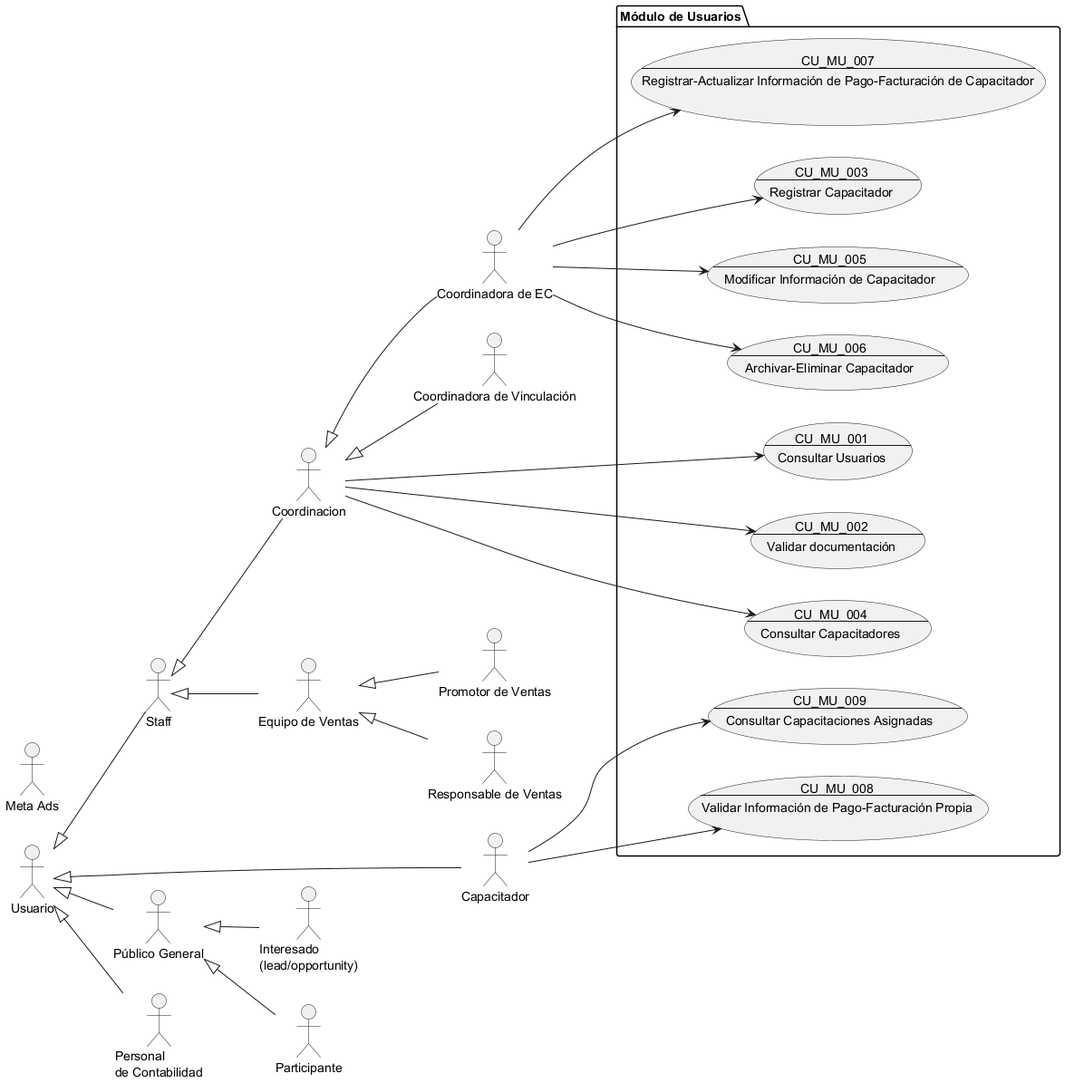
Before: Docs/Requerimientos/Diagramas/img/Módulo de Usuarios.png, a diagram exported from PlantUML (Proyectos-Vinculacion-FMAT/ECFCA). The source it was exported from:
```plantuml
@startuml Módulo de Usuarios

!include Actores.puml

package "Módulo de Usuarios" {
    usecase CU_MU_001 as "
    CU_MU_001
    ---
    Consultar Usuarios
    "
    usecase CU_MU_002 as "
    CU_MU_002
    ---
    Validar documentación
    "
    usecase CU_MU_003 as "
    CU_MU_003
    ---
    Registrar Capacitador
    "
    usecase CU_MU_004 as "
    CU_MU_004
    ---
    Consultar Capacitadores
    "
    usecase CU_MU_005 as "
    CU_MU_005
    ---
    Modificar Información de Capacitador
    "
    usecase CU_MU_006 as "
    CU_MU_006
    ---
    Archivar-Eliminar Capacitador
    "
    usecase CU_MU_007 as "
    CU_MU_007
    ---
    Registrar-Actualizar Información de Pago-Facturación de Capacitador
    "
    usecase CU_MU_008 as "
    CU_MU_008
    ---
    Validar Información de Pago-Facturación Propia
    "
    usecase CU_MU_009 as "
    CU_MU_009
    ---
    Consultar Capacitaciones Asignadas
    "
}

Capacitador --> CU_MU_009
Coordinacion --> CU_MU_001
Coordinacion --> CU_MU_002
Coordinacion --> CU_MU_004
coordinadora_ec --> CU_MU_005
coordinadora_ec --> CU_MU_006
coordinadora_ec --> CU_MU_007
coordinadora_ec --> CU_MU_003
Capacitador --> CU_MU_008

@enduml
```
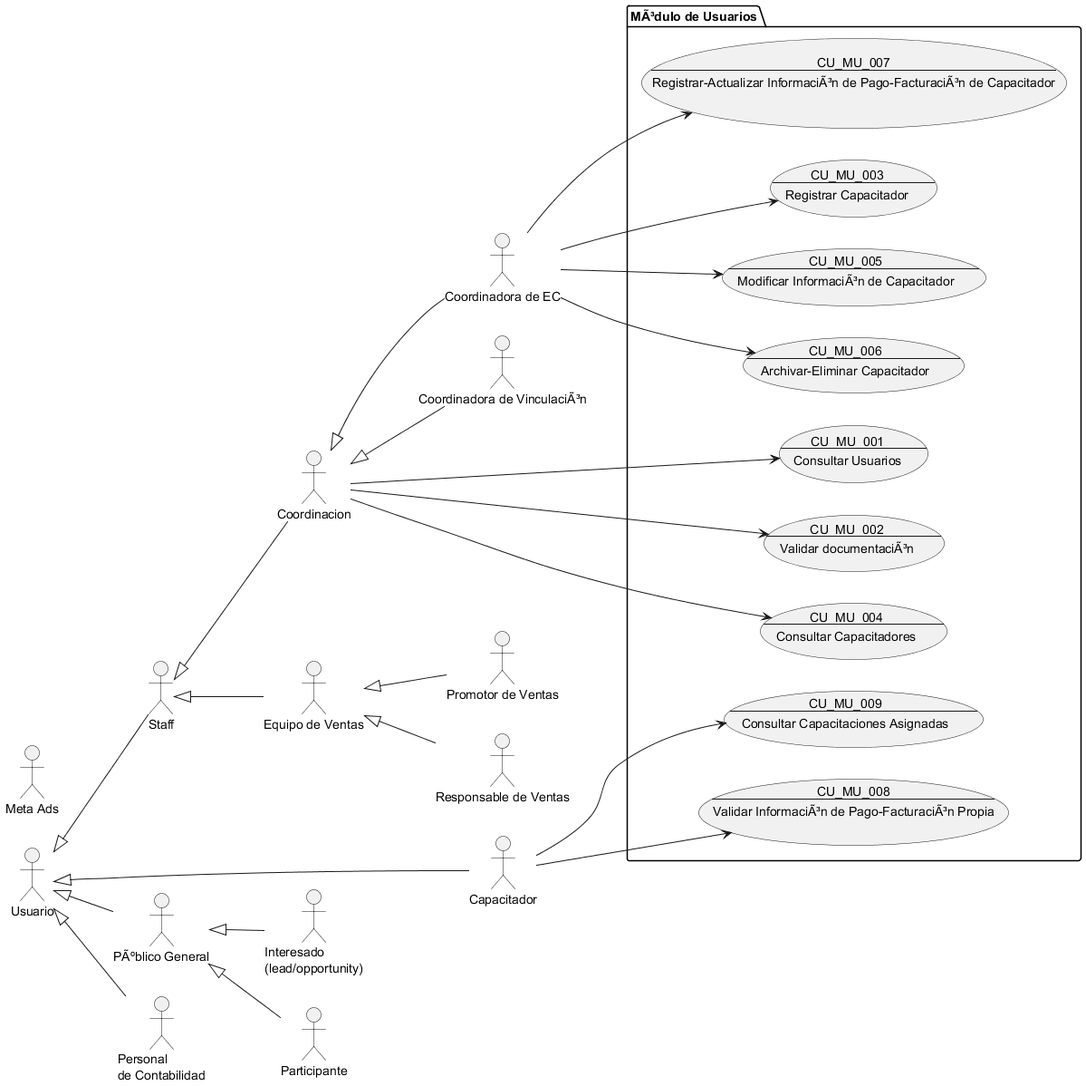
The same diagram one commit later.

The edit, as a diff of the source:
```diff
@@ -1,8 +1,8 @@
-@startuml Módulo de Usuarios
+@startuml MÃ³dulo de Usuarios
 
 !include Actores.puml
 
-package "Módulo de Usuarios" {
+package "MÃ³dulo de Usuarios" {
     usecase CU_MU_001 as "
     CU_MU_001
     ---
@@ -11,7 +11,7 @@
     usecase CU_MU_002 as "
     CU_MU_002
     ---
-    Validar documentación
+    Validar documentaciÃ³n
     "
     usecase CU_MU_003 as "
     CU_MU_003
@@ -26,7 +26,7 @@
     usecase CU_MU_005 as "
     CU_MU_005
     ---
-    Modificar Información de Capacitador
+    Modificar InformaciÃ³n de Capacitador
     "
     usecase CU_MU_006 as "
     CU_MU_006
@@ -36,12 +36,12 @@
     usecase CU_MU_007 as "
     CU_MU_007
     ---
-    Registrar-Actualizar Información de Pago-Facturación de Capacitador
+    Registrar-Actualizar InformaciÃ³n de Pago-FacturaciÃ³n de Capacitador
     "
     usecase CU_MU_008 as "
     CU_MU_008
     ---
-    Validar Información de Pago-Facturación Propia
+    Validar InformaciÃ³n de Pago-FacturaciÃ³n Propia
     "
     usecase CU_MU_009 as "
     CU_MU_009
```
